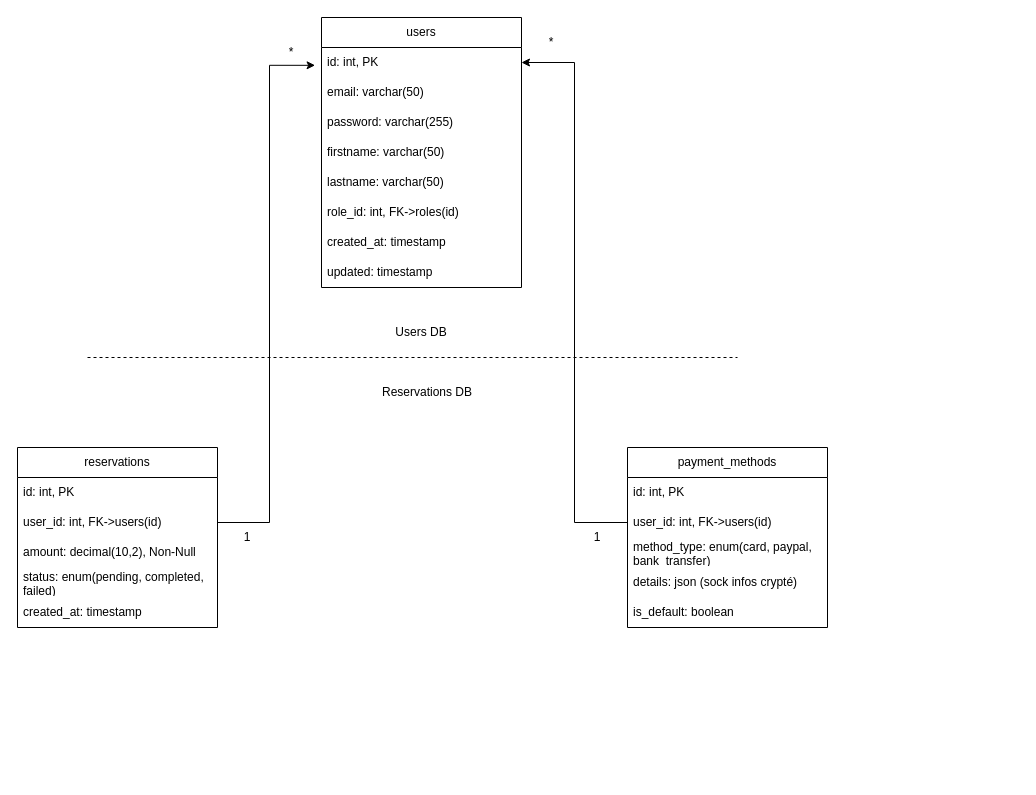
Above: MS_Reservations.drawio in TBERT31/P13-YourCarYourWay_MessageApp_JavaAngular (draw.io), before the change. Source tidied: cells renumbered, new cells numbered last; positions are measured from the earlier drawing's top-left corner, leaving out a move shared by most shapes. Both pictures are drawn from the tidied source at 100%, with x=0, y=0 at pixel (17, 17).
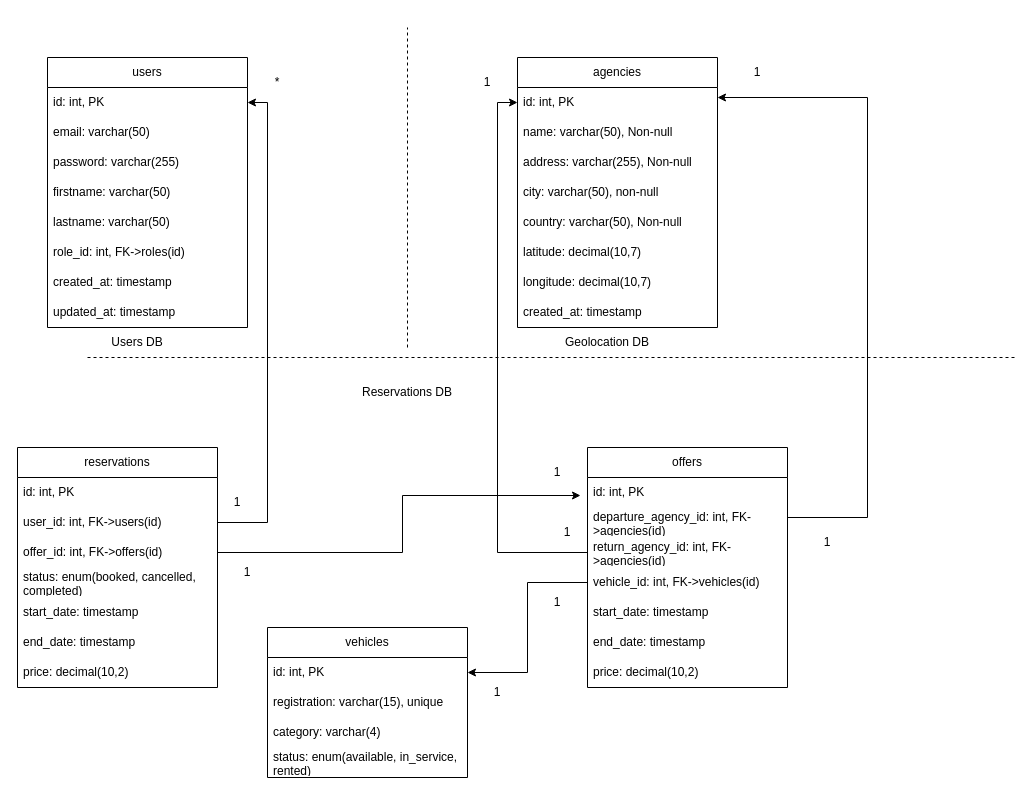
After the change.

Commit message:
Mettre à jour MS_Reservations.drawio

The change refers to these unchanged cells:
```xml
<mxCell id="4" value="user_id: int, FK-&amp;gt;users(id)" style="text;strokeColor=none;fillColor=none;align=left;verticalAlign=middle;spacingLeft=4;spacingRight=4;overflow=hidden;points=[[0,0.5],[1,0.5]];portConstraint=eastwest;whiteSpace=wrap;html=1;" parent="2" vertex="1">
  <mxGeometry y="60" width="200" height="30" as="geometry" />
</mxCell>
<mxCell id="9" value="id: int, PK" style="text;strokeColor=none;fillColor=none;align=left;verticalAlign=middle;spacingLeft=4;spacingRight=4;overflow=hidden;points=[[0,0.5],[1,0.5]];portConstraint=eastwest;whiteSpace=wrap;html=1;" parent="8" vertex="1">
  <mxGeometry y="30" width="200" height="30" as="geometry" />
</mxCell>
<mxCell id="16" value="id: int, PK" style="text;strokeColor=none;fillColor=none;align=left;verticalAlign=middle;spacingLeft=4;spacingRight=4;overflow=hidden;points=[[0,0.5],[1,0.5]];portConstraint=eastwest;whiteSpace=wrap;html=1;" parent="15" vertex="1">
  <mxGeometry y="30" width="200" height="30" as="geometry" />
</mxCell>
```

What changed in the source:
```diff
@@
     <mxCell id="2" value="reservations" style="swimlane;fontStyle=0;horizontal=1;startSize=30;whiteSpace=wrap;html=1;direction=east;" parent="1" vertex="1">
-      <mxGeometry y="430" width="200" height="180" as="geometry" />
+      <mxGeometry y="430" width="200" height="240" as="geometry" />
     </mxCell>
@@
-    <mxCell id="5" value="amount: decimal(10,2), Non-Null" style="text;strokeColor=none;fillColor=none;align=left;verticalAlign=middle;spacingLeft=4;spacingRight=4;overflow=hidden;points=[[0,0.5],[1,0.5]];portConstraint=eastwest;whiteSpace=wrap;html=1;" parent="2" vertex="1">
+    <mxCell id="5" value="offer_id: int, FK-&amp;gt;offers(id)" style="text;strokeColor=none;fillColor=none;align=left;verticalAlign=middle;spacingLeft=4;spacingRight=4;overflow=hidden;points=[[0,0.5],[1,0.5]];portConstraint=eastwest;whiteSpace=wrap;html=1;" parent="2" vertex="1">
       <mxGeometry y="90" width="200" height="30" as="geometry" />
     </mxCell>
-    <mxCell id="6" value="status: enum(pending, completed, failed)" style="text;strokeColor=none;fillColor=none;align=left;verticalAlign=middle;spacingLeft=4;spacingRight=4;overflow=hidden;whiteSpace=wrap;html=1;" parent="2" vertex="1">
+    <mxCell id="6" value="status: enum(booked, cancelled, completed)" style="text;strokeColor=none;fillColor=none;align=left;verticalAlign=middle;spacingLeft=4;spacingRight=4;overflow=hidden;whiteSpace=wrap;html=1;" parent="2" vertex="1">
       <mxGeometry y="120" width="200" height="30" as="geometry" />
     </mxCell>
-    <mxCell id="7" value="created_at: timestamp" style="text;strokeColor=none;fillColor=none;align=left;verticalAlign=middle;spacingLeft=4;spacingRight=4;overflow=hidden;whiteSpace=wrap;html=1;" parent="2" vertex="1">
+    <mxCell id="7" value="start_date: timestamp" style="text;strokeColor=none;fillColor=none;align=left;verticalAlign=middle;spacingLeft=4;spacingRight=4;overflow=hidden;whiteSpace=wrap;html=1;" parent="2" vertex="1">
       <mxGeometry y="150" width="200" height="30" as="geometry" />
     </mxCell>
+    <mxCell id="32" value="end_date: timestamp" style="text;strokeColor=none;fillColor=none;align=left;verticalAlign=middle;spacingLeft=4;spacingRight=4;overflow=hidden;whiteSpace=wrap;html=1;" parent="2" vertex="1">
+      <mxGeometry y="180" width="200" height="30" as="geometry" />
+    </mxCell>
+    <mxCell id="33" value="price: decimal(10,2)" style="text;strokeColor=none;fillColor=none;align=left;verticalAlign=middle;spacingLeft=4;spacingRight=4;overflow=hidden;whiteSpace=wrap;html=1;" parent="2" vertex="1">
+      <mxGeometry y="210" width="200" height="30" as="geometry" />
+    </mxCell>
-    <mxCell id="8" value="payment_methods" style="swimlane;fontStyle=0;horizontal=1;startSize=30;whiteSpace=wrap;html=1;direction=east;" parent="1" vertex="1">
-      <mxGeometry x="610" y="430" width="200" height="180" as="geometry" />
+    <mxCell id="8" value="offers" style="swimlane;fontStyle=0;horizontal=1;startSize=30;whiteSpace=wrap;html=1;direction=east;" parent="1" vertex="1">
+      <mxGeometry x="570" y="430" width="200" height="240" as="geometry" />
     </mxCell>
@@
-    <mxCell id="10" value="user_id: int, FK-&amp;gt;users(id)" style="text;strokeColor=none;fillColor=none;align=left;verticalAlign=middle;spacingLeft=4;spacingRight=4;overflow=hidden;points=[[0,0.5],[1,0.5]];portConstraint=eastwest;whiteSpace=wrap;html=1;" parent="8" vertex="1">
+    <mxCell id="10" value="departure_agency_id: int, FK-&amp;gt;agencies(id)" style="text;strokeColor=none;fillColor=none;align=left;verticalAlign=middle;spacingLeft=4;spacingRight=4;overflow=hidden;points=[[0,0.5],[1,0.5]];portConstraint=eastwest;whiteSpace=wrap;html=1;" parent="8" vertex="1">
       <mxGeometry y="60" width="200" height="30" as="geometry" />
     </mxCell>
-    <mxCell id="11" value="method_type: enum(card, paypal, bank_transfer)" style="text;strokeColor=none;fillColor=none;align=left;verticalAlign=middle;spacingLeft=4;spacingRight=4;overflow=hidden;points=[[0,0.5],[1,0.5]];portConstraint=eastwest;whiteSpace=wrap;html=1;" parent="8" vertex="1">
+    <mxCell id="11" value="return_agency_id: int, FK-&amp;gt;agencies(id)" style="text;strokeColor=none;fillColor=none;align=left;verticalAlign=middle;spacingLeft=4;spacingRight=4;overflow=hidden;points=[[0,0.5],[1,0.5]];portConstraint=eastwest;whiteSpace=wrap;html=1;" parent="8" vertex="1">
       <mxGeometry y="90" width="200" height="30" as="geometry" />
     </mxCell>
-    <mxCell id="12" value="details: json (sock infos crypté)" style="text;strokeColor=none;fillColor=none;align=left;verticalAlign=middle;spacingLeft=4;spacingRight=4;overflow=hidden;points=[[0,0.5],[1,0.5]];portConstraint=eastwest;whiteSpace=wrap;html=1;" parent="8" vertex="1">
+    <mxCell id="12" value="vehicle_id: int, FK-&amp;gt;vehicles(id)" style="text;strokeColor=none;fillColor=none;align=left;verticalAlign=middle;spacingLeft=4;spacingRight=4;overflow=hidden;points=[[0,0.5],[1,0.5]];portConstraint=eastwest;whiteSpace=wrap;html=1;" parent="8" vertex="1">
       <mxGeometry y="120" width="200" height="30" as="geometry" />
     </mxCell>
-    <mxCell id="13" value="is_default: boolean" style="text;strokeColor=none;fillColor=none;align=left;verticalAlign=middle;spacingLeft=4;spacingRight=4;overflow=hidden;whiteSpace=wrap;html=1;" parent="8" vertex="1">
+    <mxCell id="13" value="start_date: timestamp" style="text;strokeColor=none;fillColor=none;align=left;verticalAlign=middle;spacingLeft=4;spacingRight=4;overflow=hidden;whiteSpace=wrap;html=1;" parent="8" vertex="1">
       <mxGeometry y="150" width="200" height="30" as="geometry" />
     </mxCell>
+    <mxCell id="34" value="end_date: timestamp" style="text;strokeColor=none;fillColor=none;align=left;verticalAlign=middle;spacingLeft=4;spacingRight=4;overflow=hidden;whiteSpace=wrap;html=1;" parent="8" vertex="1">
+      <mxGeometry y="180" width="200" height="30" as="geometry" />
+    </mxCell>
+    <mxCell id="35" value="price: decimal(10,2)" style="text;strokeColor=none;fillColor=none;align=left;verticalAlign=middle;spacingLeft=4;spacingRight=4;overflow=hidden;whiteSpace=wrap;html=1;" parent="8" vertex="1">
+      <mxGeometry y="210" width="200" height="30" as="geometry" />
+    </mxCell>
     <mxCell id="14" style="endArrow=none;dashed=1;html=1;rounded=0;" parent="1" edge="1">
       <mxGeometry relative="1" as="geometry">
         <mxPoint x="70" y="340" as="sourcePoint" />
-        <mxPoint x="720" y="340" as="targetPoint" />
+        <mxPoint x="1000" y="340" as="targetPoint" />
       </mxGeometry>
     </mxCell>
     <mxCell id="15" value="users" style="swimlane;fontStyle=0;horizontal=1;startSize=30;whiteSpace=wrap;html=1;direction=east;" parent="1" vertex="1">
-      <mxGeometry x="304" width="200" height="270" as="geometry" />
+      <mxGeometry x="30" y="40" width="200" height="270" as="geometry" />
     </mxCell>
@@
-    <mxCell id="23" value="updated: timestamp" style="text;strokeColor=none;fillColor=none;align=left;verticalAlign=middle;spacingLeft=4;spacingRight=4;overflow=hidden;whiteSpace=wrap;html=1;" parent="15" vertex="1">
+    <mxCell id="23" value="updated_at: timestamp" style="text;strokeColor=none;fillColor=none;align=left;verticalAlign=middle;spacingLeft=4;spacingRight=4;overflow=hidden;whiteSpace=wrap;html=1;" parent="15" vertex="1">
       <mxGeometry y="240" width="200" height="30" as="geometry" />
     </mxCell>
-    <mxCell id="24" style="edgeStyle=orthogonalEdgeStyle;rounded=0;jettySize=auto;html=1;entryX=-0.032;entryY=0.594;entryDx=0;entryDy=0;entryPerimeter=0;" parent="1" edge="1" source="4" target="16">
-      <mxGeometry relative="1" as="geometry" />
-    </mxCell>
-    <mxCell id="25" style="edgeStyle=orthogonalEdgeStyle;rounded=0;jettySize=auto;html=1;entryX=1;entryY=0.5;entryDx=0;entryDy=0;" parent="1" edge="1" source="10" target="16">
-      <mxGeometry relative="1" as="geometry" />
-    </mxCell>
     <mxCell id="26" value="1" style="text;html=1;align=center;verticalAlign=middle;whiteSpace=wrap;rounded=0;" parent="1" vertex="1">
-      <mxGeometry x="200" y="505" width="60" height="30" as="geometry" />
+      <mxGeometry x="190" y="470" width="60" height="30" as="geometry" />
     </mxCell>
-    <mxCell id="27" value="*" style="text;html=1;align=center;verticalAlign=middle;whiteSpace=wrap;rounded=0;" parent="1" vertex="1">
-      <mxGeometry x="244" y="20" width="60" height="30" as="geometry" />
-    </mxCell>
-    <mxCell id="28" value="1" style="text;html=1;align=center;verticalAlign=middle;whiteSpace=wrap;rounded=0;" parent="1" vertex="1">
-      <mxGeometry x="550" y="505" width="60" height="30" as="geometry" />
-    </mxCell>
-    <mxCell id="29" value="*" style="text;html=1;align=center;verticalAlign=middle;whiteSpace=wrap;rounded=0;" parent="1" vertex="1">
-      <mxGeometry x="504" y="10" width="60" height="30" as="geometry" />
-    </mxCell>
     <mxCell id="30" value="Reservations DB" style="text;html=1;align=center;verticalAlign=middle;whiteSpace=wrap;rounded=0;" parent="1" vertex="1">
-      <mxGeometry x="360" y="360" width="100" height="30" as="geometry" />
+      <mxGeometry x="340" y="360" width="100" height="30" as="geometry" />
     </mxCell>
     <mxCell id="31" value="Users DB" style="text;html=1;align=center;verticalAlign=middle;whiteSpace=wrap;rounded=0;" parent="1" vertex="1">
-      <mxGeometry x="354" y="300" width="100" height="30" as="geometry" />
+      <mxGeometry x="70" y="310" width="100" height="30" as="geometry" />
     </mxCell>
+    <mxCell id="36" value="vehicles" style="swimlane;fontStyle=0;horizontal=1;startSize=30;whiteSpace=wrap;html=1;direction=east;" parent="1" vertex="1">
+      <mxGeometry x="250" y="610" width="200" height="150" as="geometry" />
+    </mxCell>
+    <mxCell id="37" value="id: int, PK" style="text;strokeColor=none;fillColor=none;align=left;verticalAlign=middle;spacingLeft=4;spacingRight=4;overflow=hidden;points=[[0,0.5],[1,0.5]];portConstraint=eastwest;whiteSpace=wrap;html=1;" parent="36" vertex="1">
+      <mxGeometry y="30" width="200" height="30" as="geometry" />
+    </mxCell>
+    <mxCell id="38" value="registration: varchar(15), unique" style="text;strokeColor=none;fillColor=none;align=left;verticalAlign=middle;spacingLeft=4;spacingRight=4;overflow=hidden;whiteSpace=wrap;html=1;" parent="36" vertex="1">
+      <mxGeometry y="60" width="200" height="30" as="geometry" />
+    </mxCell>
+    <mxCell id="39" value="category: varchar(4)" style="text;strokeColor=none;fillColor=none;align=left;verticalAlign=middle;spacingLeft=4;spacingRight=4;overflow=hidden;whiteSpace=wrap;html=1;" parent="36" vertex="1">
+      <mxGeometry y="90" width="200" height="30" as="geometry" />
+    </mxCell>
+    <mxCell id="40" value="status: enum(available, in_service, rented)" style="text;strokeColor=none;fillColor=none;align=left;verticalAlign=middle;spacingLeft=4;spacingRight=4;overflow=hidden;whiteSpace=wrap;html=1;" parent="36" vertex="1">
+      <mxGeometry y="120" width="200" height="30" as="geometry" />
+    </mxCell>
+    <mxCell id="41" style="edgeStyle=orthogonalEdgeStyle;rounded=0;jettySize=auto;html=1;entryX=-0.035;entryY=0.6;entryDx=0;entryDy=0;entryPerimeter=0;" parent="1" edge="1" source="5" target="9">
+      <mxGeometry relative="1" as="geometry" />
+    </mxCell>
+    <mxCell id="42" value="1" style="text;html=1;align=center;verticalAlign=middle;whiteSpace=wrap;rounded=0;" parent="1" vertex="1">
+      <mxGeometry x="200" y="540" width="60" height="30" as="geometry" />
+    </mxCell>
+    <mxCell id="43" value="1" style="text;html=1;align=center;verticalAlign=middle;whiteSpace=wrap;rounded=0;" parent="1" vertex="1">
+      <mxGeometry x="510" y="440" width="60" height="30" as="geometry" />
+    </mxCell>
+    <mxCell id="24" style="edgeStyle=orthogonalEdgeStyle;rounded=0;jettySize=auto;html=1;entryX=1;entryY=0.5;entryDx=0;entryDy=0;" parent="1" edge="1" source="4" target="16">
+      <mxGeometry relative="1" as="geometry" />
+    </mxCell>
+    <mxCell id="44" value="*" style="text;html=1;align=center;verticalAlign=middle;whiteSpace=wrap;rounded=0;" parent="1" vertex="1">
+      <mxGeometry x="230" y="50" width="60" height="30" as="geometry" />
+    </mxCell>
+    <mxCell id="45" style="endArrow=none;dashed=1;html=1;rounded=0;" parent="1" edge="1">
+      <mxGeometry relative="1" as="geometry">
+        <mxPoint x="390" y="330" as="sourcePoint" />
+        <mxPoint x="390" y="10" as="targetPoint" />
+      </mxGeometry>
+    </mxCell>
+    <mxCell id="46" value="Geolocation DB" style="text;html=1;align=center;verticalAlign=middle;whiteSpace=wrap;rounded=0;" parent="1" vertex="1">
+      <mxGeometry x="540" y="310" width="100" height="30" as="geometry" />
+    </mxCell>
+    <mxCell id="47" value="agencies" style="swimlane;fontStyle=0;horizontal=1;startSize=30;whiteSpace=wrap;html=1;direction=east;" parent="1" vertex="1">
+      <mxGeometry x="500" y="40" width="200" height="270" as="geometry" />
+    </mxCell>
+    <mxCell id="48" value="id: int, PK" style="text;strokeColor=none;fillColor=none;align=left;verticalAlign=middle;spacingLeft=4;spacingRight=4;overflow=hidden;points=[[0,0.5],[1,0.5]];portConstraint=eastwest;whiteSpace=wrap;html=1;" parent="47" vertex="1">
+      <mxGeometry y="30" width="200" height="30" as="geometry" />
+    </mxCell>
+    <mxCell id="49" value="name: varchar(50), Non-null" style="text;strokeColor=none;fillColor=none;align=left;verticalAlign=middle;spacingLeft=4;spacingRight=4;overflow=hidden;whiteSpace=wrap;html=1;" parent="47" vertex="1">
+      <mxGeometry y="60" width="200" height="30" as="geometry" />
+    </mxCell>
+    <mxCell id="50" value="address: varchar(255), Non-null" style="text;strokeColor=none;fillColor=none;align=left;verticalAlign=middle;spacingLeft=4;spacingRight=4;overflow=hidden;whiteSpace=wrap;html=1;" parent="47" vertex="1">
+      <mxGeometry y="90" width="200" height="30" as="geometry" />
+    </mxCell>
+    <mxCell id="51" value="city: varchar(50), non-null" style="text;strokeColor=none;fillColor=none;align=left;verticalAlign=middle;spacingLeft=4;spacingRight=4;overflow=hidden;whiteSpace=wrap;html=1;" parent="47" vertex="1">
+      <mxGeometry y="120" width="200" height="30" as="geometry" />
+    </mxCell>
+    <mxCell id="52" value="country: varchar(50), Non-null" style="text;strokeColor=none;fillColor=none;align=left;verticalAlign=middle;spacingLeft=4;spacingRight=4;overflow=hidden;whiteSpace=wrap;html=1;" parent="47" vertex="1">
+      <mxGeometry y="150" width="200" height="30" as="geometry" />
+    </mxCell>
+    <mxCell id="53" value="latitude: decimal(10,7)" style="text;strokeColor=none;fillColor=none;align=left;verticalAlign=middle;spacingLeft=4;spacingRight=4;overflow=hidden;whiteSpace=wrap;html=1;" parent="47" vertex="1">
+      <mxGeometry y="180" width="200" height="30" as="geometry" />
+    </mxCell>
+    <mxCell id="54" value="longitude: decimal(10,7)" style="text;strokeColor=none;fillColor=none;align=left;verticalAlign=middle;spacingLeft=4;spacingRight=4;overflow=hidden;whiteSpace=wrap;html=1;" parent="47" vertex="1">
+      <mxGeometry y="210" width="200" height="30" as="geometry" />
+    </mxCell>
+    <mxCell id="55" value="created_at: timestamp" style="text;strokeColor=none;fillColor=none;align=left;verticalAlign=middle;spacingLeft=4;spacingRight=4;overflow=hidden;whiteSpace=wrap;html=1;" parent="47" vertex="1">
+      <mxGeometry y="240" width="200" height="30" as="geometry" />
+    </mxCell>
+    <mxCell id="56" style="edgeStyle=orthogonalEdgeStyle;rounded=0;orthogonalLoop=1;jettySize=auto;html=1;entryX=1;entryY=0.5;entryDx=0;entryDy=0;" parent="1" edge="1">
+      <mxGeometry relative="1" as="geometry">
+        <mxPoint x="770" y="500" as="sourcePoint" />
+        <mxPoint x="700" y="80" as="targetPoint" />
+        <Array as="points">
+          <mxPoint x="850" y="500" />
+          <mxPoint x="850" y="80" />
+        </Array>
+      </mxGeometry>
+    </mxCell>
+    <mxCell id="57" style="edgeStyle=orthogonalEdgeStyle;rounded=0;jettySize=auto;html=1;entryX=0;entryY=0.5;entryDx=0;entryDy=0;" parent="1" edge="1" source="11" target="48">
+      <mxGeometry relative="1" as="geometry" />
+    </mxCell>
+    <mxCell id="58" value="1" style="text;html=1;align=center;verticalAlign=middle;whiteSpace=wrap;rounded=0;" parent="1" vertex="1">
+      <mxGeometry x="780" y="510" width="60" height="30" as="geometry" />
+    </mxCell>
+    <mxCell id="59" value="1" style="text;html=1;align=center;verticalAlign=middle;whiteSpace=wrap;rounded=0;" parent="1" vertex="1">
+      <mxGeometry x="710" y="40" width="60" height="30" as="geometry" />
+    </mxCell>
+    <mxCell id="60" value="1" style="text;html=1;align=center;verticalAlign=middle;whiteSpace=wrap;rounded=0;" parent="1" vertex="1">
+      <mxGeometry x="520" y="500" width="60" height="30" as="geometry" />
+    </mxCell>
+    <mxCell id="61" value="1" style="text;html=1;align=center;verticalAlign=middle;whiteSpace=wrap;rounded=0;" parent="1" vertex="1">
+      <mxGeometry x="440" y="50" width="60" height="30" as="geometry" />
+    </mxCell>
+    <mxCell id="62" style="edgeStyle=orthogonalEdgeStyle;rounded=0;jettySize=auto;html=1;entryX=1;entryY=0.5;entryDx=0;entryDy=0;" parent="1" edge="1" source="12" target="37">
+      <mxGeometry relative="1" as="geometry" />
+    </mxCell>
+    <mxCell id="63" value="1" style="text;html=1;align=center;verticalAlign=middle;whiteSpace=wrap;rounded=0;" parent="1" vertex="1">
+      <mxGeometry x="450" y="660" width="60" height="30" as="geometry" />
+    </mxCell>
+    <mxCell id="64" value="1" style="text;html=1;align=center;verticalAlign=middle;whiteSpace=wrap;rounded=0;" parent="1" vertex="1">
+      <mxGeometry x="510" y="570" width="60" height="30" as="geometry" />
+    </mxCell>
```
